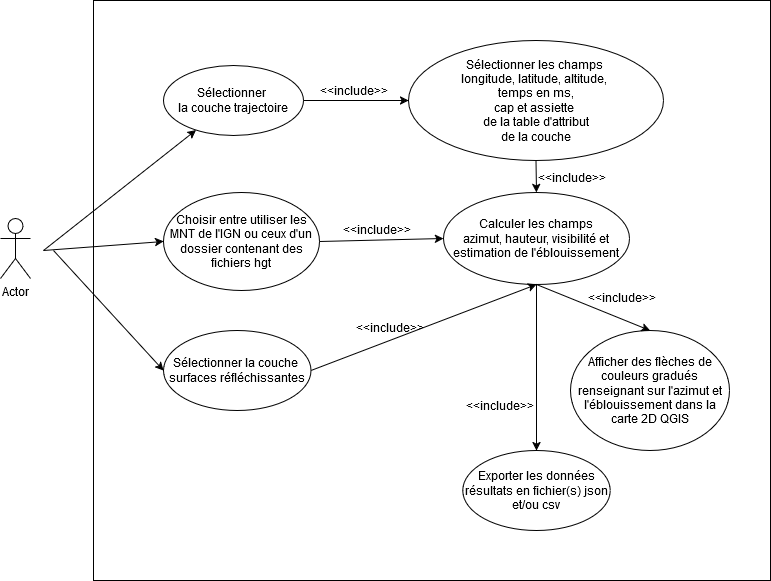
Earlier version of the draw.io export DiagrammeCasUtilisation.drawio.png (PaulCllch/BEA). Source tidied: cells renumbered, new cells last; positions are measured from the earlier drawing's top-left corner, leaving out a move shared by most shapes. Source of this version:
```xml
<mxGraphModel>
  <root>
    <mxCell id="0" />
    <mxCell id="1" parent="0" />
    <mxCell id="2" value="Actor" style="shape=umlActor;verticalLabelPosition=bottom;verticalAlign=top;html=1;labelPosition=center;align=center;" parent="1" vertex="1">
      <mxGeometry y="218" width="30" height="60" as="geometry" />
    </mxCell>
    <mxCell id="3" style="rounded=0;whiteSpace=wrap;html=1;" parent="1" vertex="1">
      <mxGeometry x="93" width="677" height="580" as="geometry" />
    </mxCell>
    <mxCell id="4" value="&lt;div&gt;Sélectionner&amp;nbsp;&lt;/div&gt;&lt;div&gt;la couche trajectoire&lt;/div&gt;" style="ellipse;whiteSpace=wrap;html=1;" parent="1" vertex="1">
      <mxGeometry x="163" y="65" width="140" height="70" as="geometry" />
    </mxCell>
    <mxCell id="5" style="endArrow=classic;html=1;rounded=0;" parent="1" edge="1" target="4">
      <mxGeometry relative="1" as="geometry">
        <mxPoint x="43" y="250" as="sourcePoint" />
      </mxGeometry>
    </mxCell>
    <mxCell id="6" value="Choisir entre utiliser les MNT de l'IGN ou ceux d'un dossier contenant des fichiers hgt" style="ellipse;whiteSpace=wrap;html=1;" parent="1" vertex="1">
      <mxGeometry x="163" y="192" width="156" height="98" as="geometry" />
    </mxCell>
    <mxCell id="7" value="&lt;div&gt;Sélectionner la couche&amp;nbsp;&lt;/div&gt;&lt;div&gt;surfaces réfléchissantes&lt;/div&gt;" style="ellipse;whiteSpace=wrap;html=1;" parent="1" vertex="1">
      <mxGeometry x="163" y="330" width="147.5" height="80" as="geometry" />
    </mxCell>
    <mxCell id="8" value="Afficher des flèches de couleurs gradués renseignant sur l'azimut et l'éblouissement dans la carte 2D QGIS" style="ellipse;whiteSpace=wrap;html=1;" parent="1" vertex="1">
      <mxGeometry x="570" y="330" width="159" height="120" as="geometry" />
    </mxCell>
    <mxCell id="9" value="&lt;div&gt;Calculer les champs&lt;/div&gt;&lt;div&gt;azimut, hauteur, visibilité et estimation de l'éblouissement&lt;br&gt;&lt;/div&gt;" style="ellipse;whiteSpace=wrap;html=1;" parent="1" vertex="1">
      <mxGeometry x="443" y="192" width="186" height="92" as="geometry" />
    </mxCell>
    <mxCell id="10" style="endArrow=classic;html=1;rounded=0;fontFamily=Helvetica;fontSize=12;fontColor=default;entryX=0;entryY=0.5;entryDx=0;entryDy=0;exitX=1;exitY=0.5;exitDx=0;exitDy=0;" parent="1" edge="1" source="6" target="9">
      <mxGeometry relative="1" as="geometry" />
    </mxCell>
    <mxCell id="11" style="endArrow=classic;html=1;rounded=0;fontFamily=Helvetica;fontSize=12;fontColor=default;entryX=0;entryY=0.5;entryDx=0;entryDy=0;" parent="1" edge="1" target="6">
      <mxGeometry relative="1" as="geometry">
        <mxPoint x="43" y="250" as="sourcePoint" />
      </mxGeometry>
    </mxCell>
    <mxCell id="12" value="&lt;div&gt;Sélectionner les champs&amp;nbsp;&lt;/div&gt;&lt;div&gt;longitude, latitude, altitude,&amp;nbsp;&lt;/div&gt;&lt;div&gt;temps en ms,&lt;/div&gt;&lt;div&gt;cap et assiette&amp;nbsp;&lt;/div&gt;&lt;div&gt;de la table d'attribut&lt;/div&gt;&lt;div&gt;de la couche&lt;/div&gt;" style="ellipse;whiteSpace=wrap;html=1;" parent="1" vertex="1">
      <mxGeometry x="408" y="40" width="255" height="120" as="geometry" />
    </mxCell>
    <mxCell id="13" style="endArrow=classic;html=1;rounded=0;fontFamily=Helvetica;fontSize=12;fontColor=default;entryX=0;entryY=0.5;entryDx=0;entryDy=0;exitX=1;exitY=0.5;exitDx=0;exitDy=0;" parent="1" edge="1" source="4" target="12">
      <mxGeometry relative="1" as="geometry" />
    </mxCell>
    <mxCell id="14" style="endArrow=classic;html=1;rounded=0;fontFamily=Helvetica;fontSize=12;fontColor=default;entryX=0;entryY=0.5;entryDx=0;entryDy=0;" parent="1" edge="1" target="7">
      <mxGeometry relative="1" as="geometry">
        <mxPoint x="53" y="250" as="sourcePoint" />
      </mxGeometry>
    </mxCell>
    <mxCell id="15" value="&amp;lt;&amp;lt;include&amp;gt;&amp;gt;" style="text;html=1;align=center;verticalAlign=middle;whiteSpace=wrap;rounded=0;fontFamily=Helvetica;fontSize=12;fontColor=default;" parent="1" vertex="1">
      <mxGeometry x="591.5" y="282" width="60" height="30" as="geometry" />
    </mxCell>
    <mxCell id="16" value="&amp;lt;&amp;lt;include&amp;gt;&amp;gt;" style="text;html=1;align=center;verticalAlign=middle;whiteSpace=wrap;rounded=0;fontFamily=Helvetica;fontSize=12;fontColor=default;" parent="1" vertex="1">
      <mxGeometry x="470" y="390" width="60" height="30" as="geometry" />
    </mxCell>
    <mxCell id="17" value="&amp;lt;&amp;lt;include&amp;gt;&amp;gt;" style="text;html=1;align=center;verticalAlign=middle;whiteSpace=wrap;rounded=0;fontFamily=Helvetica;fontSize=12;fontColor=default;" parent="1" vertex="1">
      <mxGeometry x="347" y="214" width="60" height="30" as="geometry" />
    </mxCell>
    <mxCell id="18" value="&amp;lt;&amp;lt;include&amp;gt;&amp;gt;" style="text;html=1;align=center;verticalAlign=middle;whiteSpace=wrap;rounded=0;fontFamily=Helvetica;fontSize=12;fontColor=default;" parent="1" vertex="1">
      <mxGeometry x="324" y="75" width="60" height="30" as="geometry" />
    </mxCell>
    <mxCell id="19" value="&amp;lt;&amp;lt;include&amp;gt;&amp;gt;" style="text;html=1;align=center;verticalAlign=middle;whiteSpace=wrap;rounded=0;fontFamily=Helvetica;fontSize=12;fontColor=default;" parent="1" vertex="1">
      <mxGeometry x="360" y="312" width="60" height="30" as="geometry" />
    </mxCell>
    <mxCell id="20" value="&amp;lt;&amp;lt;include&amp;gt;&amp;gt;" style="text;html=1;align=center;verticalAlign=middle;whiteSpace=wrap;rounded=0;fontFamily=Helvetica;fontSize=12;fontColor=default;" parent="1" vertex="1">
      <mxGeometry x="542" y="162" width="60" height="30" as="geometry" />
    </mxCell>
    <mxCell id="21" style="endArrow=classic;html=1;rounded=0;fontFamily=Helvetica;fontSize=12;fontColor=default;entryX=0.5;entryY=0;entryDx=0;entryDy=0;exitX=0.5;exitY=1;exitDx=0;exitDy=0;" parent="1" edge="1" source="12" target="9">
      <mxGeometry relative="1" as="geometry" />
    </mxCell>
    <mxCell id="22" style="endArrow=classic;html=1;rounded=0;fontFamily=Helvetica;fontSize=12;fontColor=default;exitX=1;exitY=0.5;exitDx=0;exitDy=0;entryX=0.5;entryY=1;entryDx=0;entryDy=0;" parent="1" edge="1" source="7" target="9">
      <mxGeometry relative="1" as="geometry" />
    </mxCell>
    <mxCell id="23" style="endArrow=classic;html=1;rounded=0;fontFamily=Helvetica;fontSize=12;fontColor=default;exitX=0.5;exitY=1;exitDx=0;exitDy=0;entryX=0.5;entryY=0;entryDx=0;entryDy=0;" parent="1" edge="1" source="9" target="8">
      <mxGeometry relative="1" as="geometry" />
    </mxCell>
    <mxCell id="24" value="Exporter les données résultats en fichier(s) json et/ou csv" style="ellipse;whiteSpace=wrap;html=1;" parent="1" vertex="1">
      <mxGeometry x="462.2" y="450" width="147.5" height="80" as="geometry" />
    </mxCell>
    <mxCell id="25" style="endArrow=classic;html=1;rounded=0;fontFamily=Helvetica;fontSize=12;fontColor=default;entryX=0.5;entryY=0;entryDx=0;entryDy=0;exitX=0.5;exitY=1;exitDx=0;exitDy=0;" parent="1" edge="1" source="9" target="24">
      <mxGeometry relative="1" as="geometry" />
    </mxCell>
  </root>
</mxGraphModel>
```
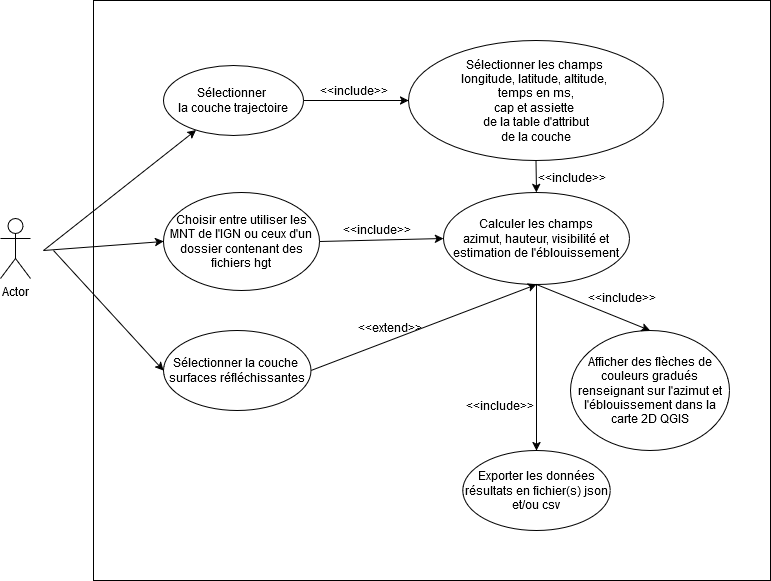
After the commit.

What changed in the source:
```diff
@@ -59,7 +59,7 @@
     <mxCell id="18" value="&amp;lt;&amp;lt;include&amp;gt;&amp;gt;" style="text;html=1;align=center;verticalAlign=middle;whiteSpace=wrap;rounded=0;fontFamily=Helvetica;fontSize=12;fontColor=default;" parent="1" vertex="1">
       <mxGeometry x="324" y="75" width="60" height="30" as="geometry" />
     </mxCell>
-    <mxCell id="19" value="&amp;lt;&amp;lt;include&amp;gt;&amp;gt;" style="text;html=1;align=center;verticalAlign=middle;whiteSpace=wrap;rounded=0;fontFamily=Helvetica;fontSize=12;fontColor=default;" parent="1" vertex="1">
+    <mxCell id="19" value="&amp;lt;&amp;lt;extend&amp;gt;&amp;gt;" style="text;html=1;align=center;verticalAlign=middle;whiteSpace=wrap;rounded=0;fontFamily=Helvetica;fontSize=12;fontColor=default;" parent="1" vertex="1">
       <mxGeometry x="360" y="312" width="60" height="30" as="geometry" />
     </mxCell>
     <mxCell id="20" value="&amp;lt;&amp;lt;include&amp;gt;&amp;gt;" style="text;html=1;align=center;verticalAlign=middle;whiteSpace=wrap;rounded=0;fontFamily=Helvetica;fontSize=12;fontColor=default;" parent="1" vertex="1">
```
